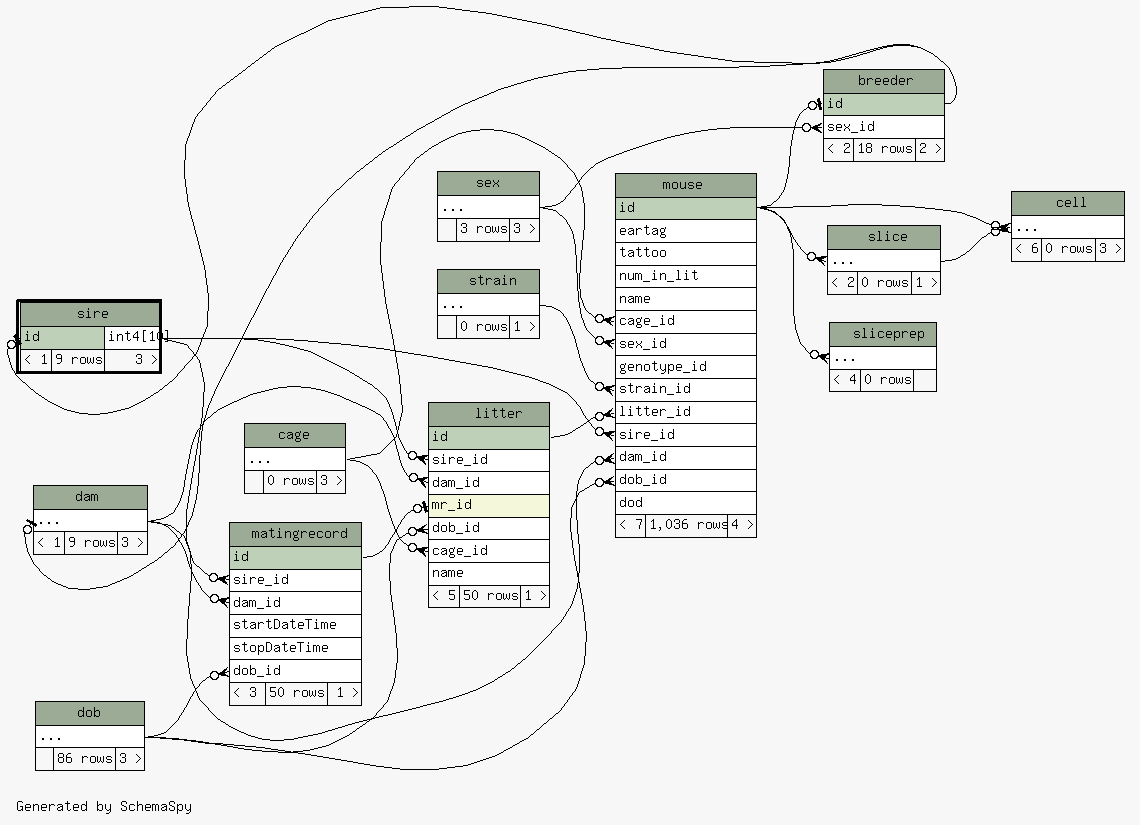
The Graphviz diagram database/ss/diagrams/sire.2degrees.png in tgbugs/mlab, before a commit. Its source is kept beside it as database/ss/diagrams/sire.2degrees.dot.
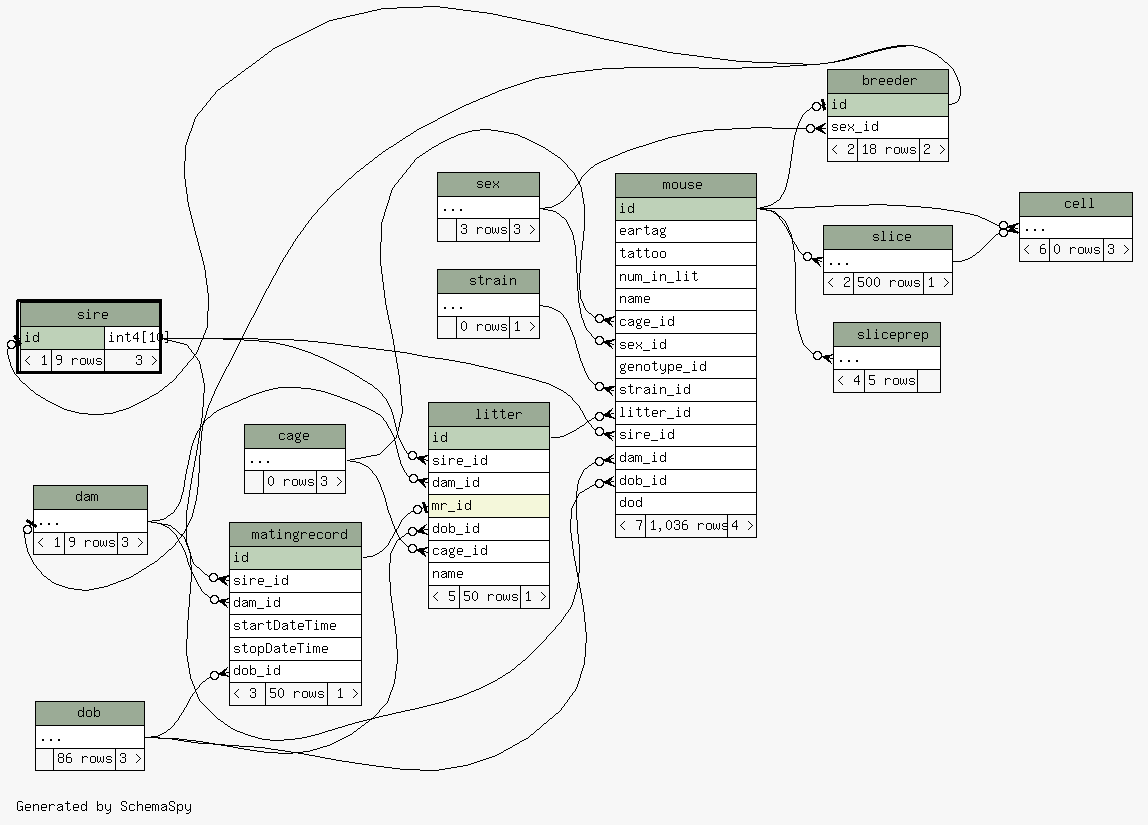
Later version of the same file.

Diff of the diagram source:
```diff
@@ -170,7 +170,7 @@
     <TABLE BORDER="0" CELLBORDER="1" CELLSPACING="0" BGCOLOR="#ffffff">
       <TR><TD COLSPAN="3" BGCOLOR="#9bab96" ALIGN="CENTER">slice</TD></TR>
       <TR><TD PORT="elipses" COLSPAN="3" ALIGN="LEFT">...</TD></TR>
-      <TR><TD ALIGN="LEFT" BGCOLOR="#f7f7f7">&lt; 2</TD><TD ALIGN="RIGHT" BGCOLOR="#f7f7f7">0 rows</TD><TD ALIGN="RIGHT" BGCOLOR="#f7f7f7">1 &gt;</TD></TR>
+      <TR><TD ALIGN="LEFT" BGCOLOR="#f7f7f7">&lt; 2</TD><TD ALIGN="RIGHT" BGCOLOR="#f7f7f7">500 rows</TD><TD ALIGN="RIGHT" BGCOLOR="#f7f7f7">1 &gt;</TD></TR>
     </TABLE>>
     URL="slice.html"
     tooltip="slice"
@@ -180,7 +180,7 @@
     <TABLE BORDER="0" CELLBORDER="1" CELLSPACING="0" BGCOLOR="#ffffff">
       <TR><TD COLSPAN="3" BGCOLOR="#9bab96" ALIGN="CENTER">sliceprep</TD></TR>
       <TR><TD PORT="elipses" COLSPAN="3" ALIGN="LEFT">...</TD></TR>
-      <TR><TD ALIGN="LEFT" BGCOLOR="#f7f7f7">&lt; 4</TD><TD ALIGN="RIGHT" BGCOLOR="#f7f7f7">0 rows</TD><TD ALIGN="RIGHT" BGCOLOR="#f7f7f7">  </TD></TR>
+      <TR><TD ALIGN="LEFT" BGCOLOR="#f7f7f7">&lt; 4</TD><TD ALIGN="RIGHT" BGCOLOR="#f7f7f7">5 rows</TD><TD ALIGN="RIGHT" BGCOLOR="#f7f7f7">  </TD></TR>
     </TABLE>>
     URL="sliceprep.html"
     tooltip="sliceprep"
```
